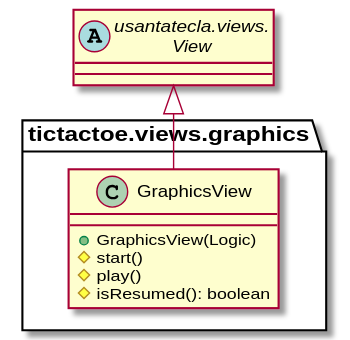
The PlantUML diagram modelViewPresenter/presentationModel/withFacade/docs/diagrams/out/paquetes/paqueteTicTactoeViewsGraphics.svg in Jolucaa/USantaTecla-project-ticTacToe, before a commit.
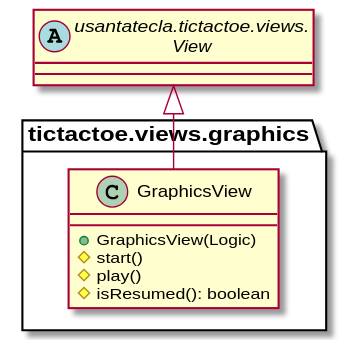
The same diagram one commit later.

Diff of the diagram source:
```diff
@@ -1,5 +1,5 @@
 @startuml
-abstract class View as "usantatecla.views.\nView"
+abstract class View as "usantatecla.tictactoe.views.\nView"
 
 class tictactoe.views.graphics.GraphicsView {
   + GraphicsView(Logic)
```
